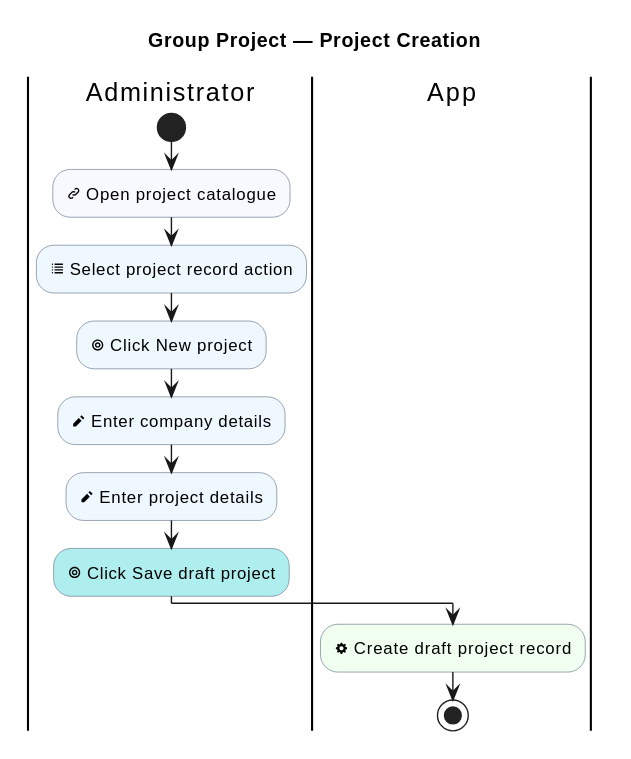
Above: industrial-placement-group-project/diagrams/group-project/project-creation.svg in sdflkjssl/sdflkjssl.github.io (PlantUML), before the change.
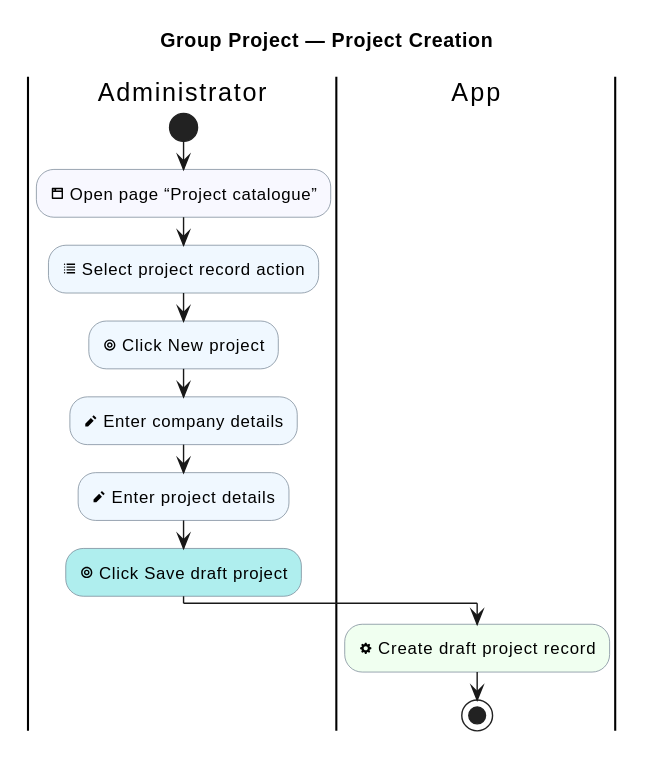
The same file after the commit.

Change to the diagram source:
```diff
@@ -12,7 +12,7 @@
 
 |Administrator|
 start
-:<&link-intact> Open project catalogue; <<#GhostWhite>>
+:<&browser> Open page “Project catalogue”; <<#GhostWhite>>
 :<&list> Select project record action; <<#AliceBlue>>
 :<&target> Click New project; <<#AliceBlue>>
 :<&pencil> Enter company details; <<#AliceBlue>>
```
